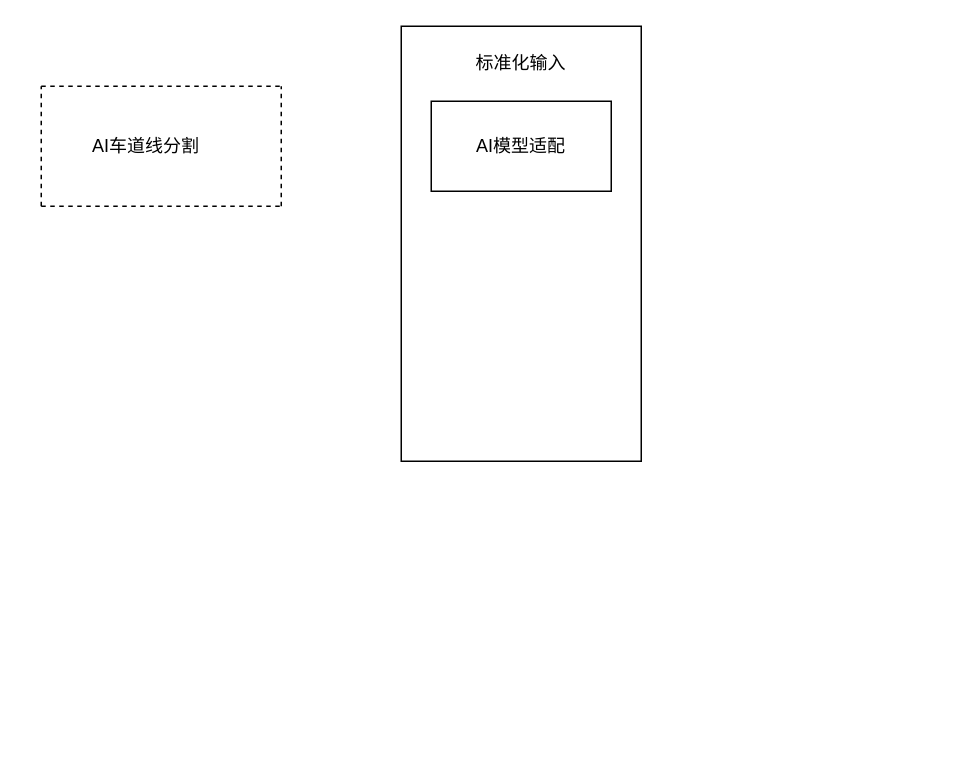
This is ypilot_2022.drawio from bugquella/diagrams, a draw.io file, before an edit. Source tidied: cells renumbered, new cells numbered last; positions are measured from the earlier drawing's top-left corner, leaving out a move shared by most shapes. Both pictures are drawn from the tidied source at 150%, with x=0, y=0 at pixel (40, 26).
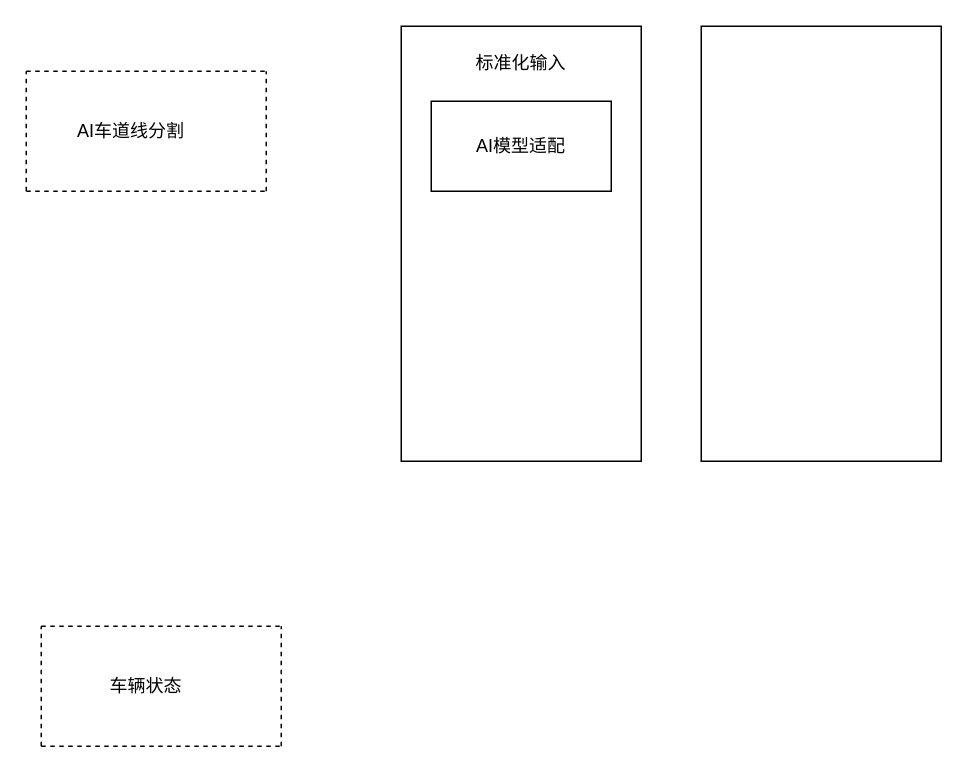
After the change.

Change to the diagram source:
```diff
@@
     <mxCell id="2" style="group;" parent="1" vertex="1">
-      <mxGeometry y="40" width="160" height="80" as="geometry" />
+      <mxGeometry x="-10" y="30" width="160" height="80" as="geometry" />
     </mxCell>
@@
+    <mxCell id="11" style="rounded=0;whiteSpace=wrap;html=1;" parent="1" vertex="1">
+      <mxGeometry x="440" width="160" height="290" as="geometry" />
+    </mxCell>
+    <mxCell id="12" style="group;" parent="1" vertex="1">
+      <mxGeometry y="400" width="160" height="80" as="geometry" />
+    </mxCell>
+    <mxCell id="13" style="endArrow=none;dashed=1;html=1;rounded=0;" parent="12" edge="1">
+      <mxGeometry relative="1" as="geometry">
+        <mxPoint as="sourcePoint" />
+        <mxPoint x="160" as="targetPoint" />
+      </mxGeometry>
+    </mxCell>
+    <mxCell id="14" style="endArrow=none;dashed=1;html=1;rounded=0;" parent="12" edge="1">
+      <mxGeometry relative="1" as="geometry">
+        <mxPoint y="80" as="sourcePoint" />
+        <mxPoint x="160" y="80" as="targetPoint" />
+      </mxGeometry>
+    </mxCell>
+    <mxCell id="15" style="endArrow=none;dashed=1;html=1;rounded=0;" parent="12" edge="1">
+      <mxGeometry relative="1" as="geometry">
+        <mxPoint x="160" y="80" as="sourcePoint" />
+        <mxPoint x="160" as="targetPoint" />
+      </mxGeometry>
+    </mxCell>
+    <mxCell id="16" style="endArrow=none;dashed=1;html=1;rounded=0;" parent="12" edge="1">
+      <mxGeometry relative="1" as="geometry">
+        <mxPoint y="80" as="sourcePoint" />
+        <mxPoint as="targetPoint" />
+      </mxGeometry>
+    </mxCell>
+    <mxCell id="17" value="车辆状态" style="text;html=1;strokeColor=none;fillColor=none;align=center;verticalAlign=middle;whiteSpace=wrap;rounded=0;" parent="12" vertex="1">
+      <mxGeometry x="30" y="25" width="80" height="30" as="geometry" />
+    </mxCell>
```
